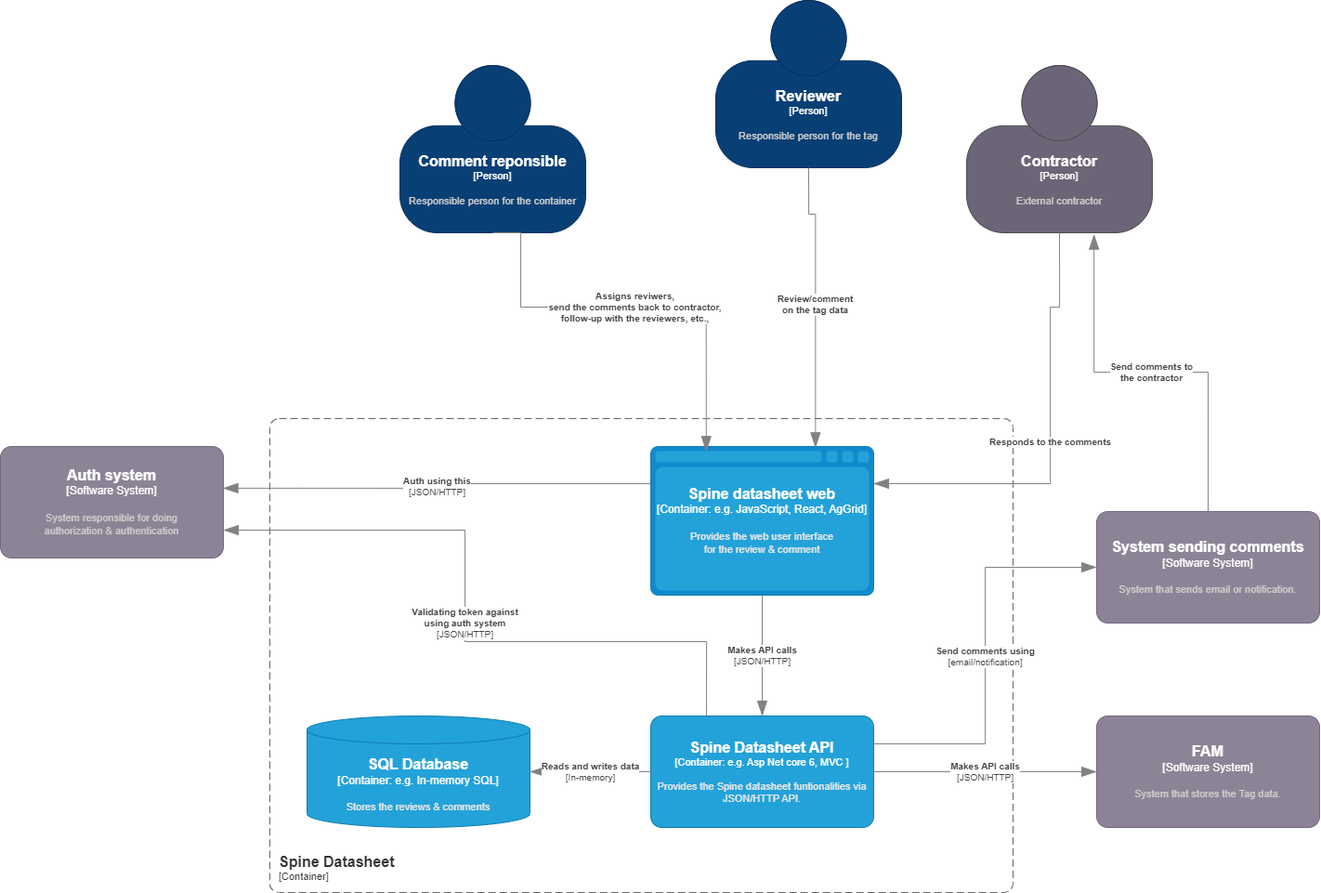
The draw.io diagram documentation/Container diagram.drawio.png in equinor/spinedatasheetapi, before a commit. Source tidied: cells renumbered, new cells last; positions are measured from the earlier drawing's top-left corner, leaving out a move shared by most shapes.
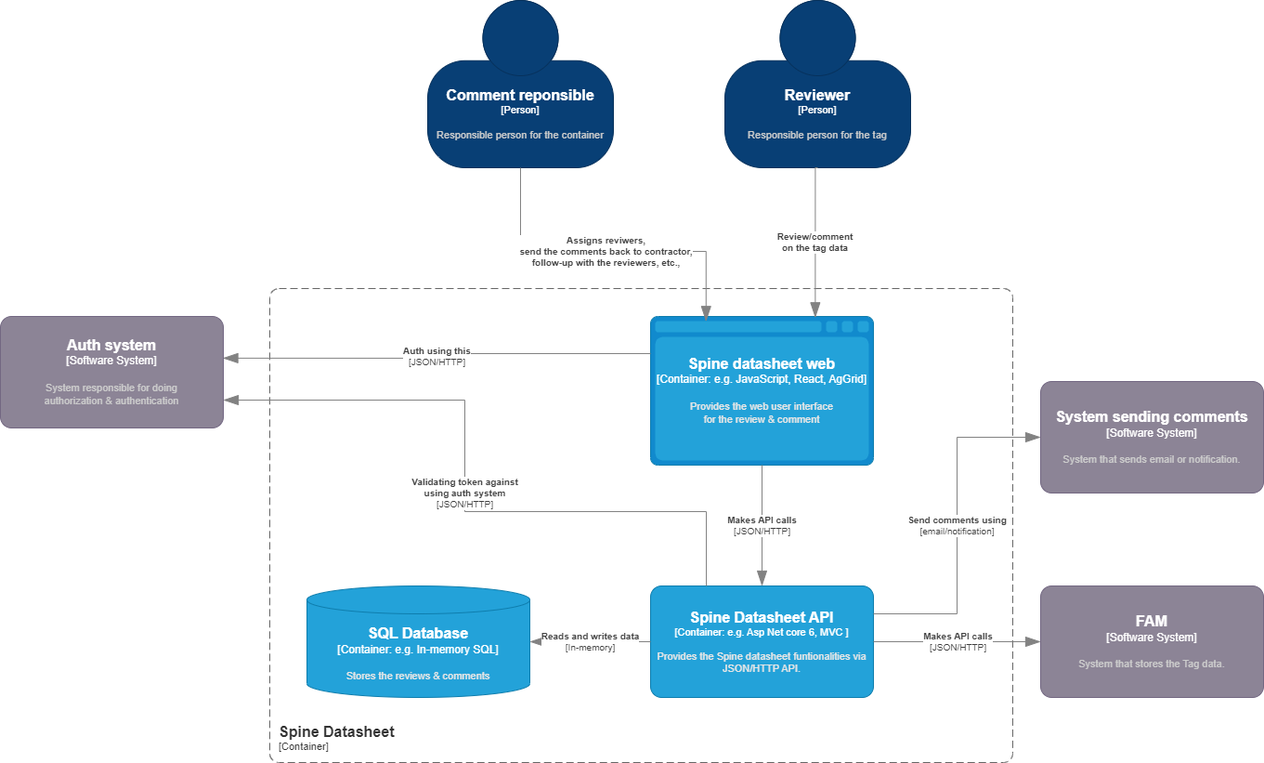
The same file after the commit.

What changed in the source:
```diff
@@ -32,88 +32,68 @@
         <mxGeometry relative="1" as="geometry" />
       </mxCell>
     </object>
-    <object id="8" label="&lt;font style=&quot;font-size: 16px&quot;&gt;&lt;b&gt;%c4Name%&lt;/b&gt;&lt;/font&gt;&lt;div&gt;[%c4Type%]&lt;/div&gt;&lt;br&gt;&lt;div&gt;&lt;font style=&quot;font-size: 11px&quot;&gt;&lt;font color=&quot;#cccccc&quot;&gt;%c4Description%&lt;/font&gt;&lt;/div&gt;" c4Description="System that stores the Tag data." c4Name="FAM" c4Type="Software System" placeholders="1">
-      <mxCell style="rounded=1;whiteSpace=wrap;html=1;labelBackgroundColor=none;fillColor=#8C8496;fontColor=#ffffff;align=center;arcSize=10;strokeColor=#736782;points=[[0.25,0,0],[0.5,0,0],[0.75,0,0],[1,0.25,0],[1,0.5,0],[1,0.75,0],[0.75,1,0],[0.5,1,0],[0.25,1,0],[0,0.75,0],[0,0.5,0],[0,0.25,0]];" parent="1" vertex="1">
-        <mxGeometry x="1180" y="770" width="240" height="120" as="geometry" />
-      </mxCell>
-    </object>
+    <object id="22" label="&lt;font style=&quot;font-size: 16px&quot;&gt;&lt;b&gt;%c4Name%&lt;/b&gt;&lt;/font&gt;&lt;div&gt;[%c4Type%]&lt;/div&gt;&lt;br&gt;&lt;div&gt;&lt;font style=&quot;font-size: 11px&quot;&gt;&lt;font color=&quot;#cccccc&quot;&gt;%c4Description%&lt;/font&gt;&lt;/div&gt;" c4Description="System that stores the Tag data." c4Name="FAM" c4Type="Software System" placeholders="1">
+      <mxCell style="rounded=1;whiteSpace=wrap;html=1;labelBackgroundColor=none;fillColor=#8C8496;fontColor=#ffffff;align=center;arcSize=10;strokeColor=#736782;points=[[0.25,0,0],[0.5,0,0],[0.75,0,0],[1,0.25,0],[1,0.5,0],[1,0.75,0],[0.75,1,0],[0.5,1,0],[0.25,1,0],[0,0.75,0],[0,0.5,0],[0,0.25,0]];" parent="1" vertex="1">
+        <mxGeometry x="1120" y="770" width="240" height="120" as="geometry" />
+      </mxCell>
+    </object>
     <object id="9" label="&lt;div style=&quot;text-align: left&quot;&gt;&lt;div style=&quot;text-align: center&quot;&gt;&lt;b&gt;%c4Description%&lt;/b&gt;&lt;/div&gt;&lt;div style=&quot;text-align: center&quot;&gt;[%c4Technology%]&lt;/div&gt;&lt;/div&gt;" c4Description="Makes API calls" c4Technology="JSON/HTTP" c4Type="Relationship" placeholders="1">
-      <mxCell style="endArrow=blockThin;html=1;fontSize=10;fontColor=#404040;strokeWidth=1;endFill=1;strokeColor=#828282;elbow=vertical;endSize=14;startSize=14;jumpStyle=arc;jumpSize=16;rounded=0;edgeStyle=orthogonalEdgeStyle;exitX=1;exitY=0.5;exitDx=0;exitDy=0;exitPerimeter=0;" parent="1" edge="1" source="4" target="8">
+      <mxCell style="endArrow=blockThin;html=1;fontSize=10;fontColor=#404040;strokeWidth=1;endFill=1;strokeColor=#828282;elbow=vertical;endSize=14;startSize=14;jumpStyle=arc;jumpSize=16;rounded=0;edgeStyle=orthogonalEdgeStyle;exitX=1;exitY=0.5;exitDx=0;exitDy=0;exitPerimeter=0;" parent="1" edge="1" source="4" target="22">
         <mxGeometry relative="1" as="geometry" />
       </mxCell>
     </object>
-    <object id="10" label="&lt;font style=&quot;font-size: 16px&quot;&gt;&lt;b&gt;%c4Name%&lt;/b&gt;&lt;/font&gt;&lt;div&gt;[%c4Type%]&lt;/div&gt;&lt;br&gt;&lt;div&gt;&lt;font style=&quot;font-size: 11px&quot;&gt;&lt;font color=&quot;#cccccc&quot;&gt;%c4Description%&lt;/font&gt;&lt;/div&gt;" c4Description="System that sends email or notification." c4Name="System sending comments" c4Type="Software System" placeholders="1">
-      <mxCell style="rounded=1;whiteSpace=wrap;html=1;labelBackgroundColor=none;fillColor=#8C8496;fontColor=#ffffff;align=center;arcSize=10;strokeColor=#736782;points=[[0.25,0,0],[0.5,0,0],[0.75,0,0],[1,0.25,0],[1,0.5,0],[1,0.75,0],[0.75,1,0],[0.5,1,0],[0.25,1,0],[0,0.75,0],[0,0.5,0],[0,0.25,0]];" parent="1" vertex="1">
-        <mxGeometry x="1180" y="550" width="240" height="120" as="geometry" />
-      </mxCell>
-    </object>
+    <object id="23" label="&lt;font style=&quot;font-size: 16px&quot;&gt;&lt;b&gt;%c4Name%&lt;/b&gt;&lt;/font&gt;&lt;div&gt;[%c4Type%]&lt;/div&gt;&lt;br&gt;&lt;div&gt;&lt;font style=&quot;font-size: 11px&quot;&gt;&lt;font color=&quot;#cccccc&quot;&gt;%c4Description%&lt;/font&gt;&lt;/div&gt;" c4Description="System that sends email or notification." c4Name="System sending comments" c4Type="Software System" placeholders="1">
+      <mxCell style="rounded=1;whiteSpace=wrap;html=1;labelBackgroundColor=none;fillColor=#8C8496;fontColor=#ffffff;align=center;arcSize=10;strokeColor=#736782;points=[[0.25,0,0],[0.5,0,0],[0.75,0,0],[1,0.25,0],[1,0.5,0],[1,0.75,0],[0.75,1,0],[0.5,1,0],[0.25,1,0],[0,0.75,0],[0,0.5,0],[0,0.25,0]];" parent="1" vertex="1">
+        <mxGeometry x="1120" y="550" width="240" height="120" as="geometry" />
+      </mxCell>
+    </object>
     <object id="11" label="&lt;div style=&quot;text-align: left&quot;&gt;&lt;div style=&quot;text-align: center&quot;&gt;&lt;b&gt;%c4Description%&lt;/b&gt;&lt;/div&gt;&lt;div style=&quot;text-align: center&quot;&gt;[%c4Technology%]&lt;/div&gt;&lt;/div&gt;" c4Description="Send comments using" c4Technology="email/notification" c4Type="Relationship" placeholders="1">
-      <mxCell style="endArrow=blockThin;html=1;fontSize=10;fontColor=#404040;strokeWidth=1;endFill=1;strokeColor=#828282;elbow=vertical;endSize=14;startSize=14;jumpStyle=arc;jumpSize=16;rounded=0;edgeStyle=orthogonalEdgeStyle;exitX=1;exitY=0.25;exitDx=0;exitDy=0;exitPerimeter=0;entryX=0;entryY=0.5;entryDx=0;entryDy=0;entryPerimeter=0;" parent="1" edge="1" source="4" target="10">
+      <mxCell style="endArrow=blockThin;html=1;fontSize=10;fontColor=#404040;strokeWidth=1;endFill=1;strokeColor=#828282;elbow=vertical;endSize=14;startSize=14;jumpStyle=arc;jumpSize=16;rounded=0;edgeStyle=orthogonalEdgeStyle;exitX=1;exitY=0.25;exitDx=0;exitDy=0;exitPerimeter=0;entryX=0;entryY=0.5;entryDx=0;entryDy=0;entryPerimeter=0;" parent="1" edge="1" source="4" target="23">
         <mxGeometry relative="1" as="geometry" />
       </mxCell>
     </object>
-    <object id="12" label="&lt;font style=&quot;font-size: 16px&quot;&gt;&lt;b&gt;%c4Name%&lt;/b&gt;&lt;/font&gt;&lt;div&gt;[%c4Type%]&lt;/div&gt;&lt;br&gt;&lt;div&gt;&lt;font style=&quot;font-size: 11px&quot;&gt;&lt;font color=&quot;#cccccc&quot;&gt;%c4Description%&lt;/font&gt;&lt;/div&gt;" c4Description="Responsible person for the container" c4Name="Comment reponsible" c4Type="Person" placeholders="1">
-      <mxCell style="html=1;fontSize=11;dashed=0;whiteSpace=wrap;fillColor=#083F75;strokeColor=#06315C;fontColor=#ffffff;shape=mxgraph.c4.person2;align=center;points=[[0.5,0,0],[1,0.5,0],[1,0.75,0],[0.75,1,0],[0.5,1,0],[0.25,1,0],[0,0.75,0],[0,0.5,0]];" parent="1" vertex="1">
-        <mxGeometry x="430" y="70" width="200" height="180" as="geometry" />
-      </mxCell>
-    </object>
-    <object id="13" label="&lt;font style=&quot;font-size: 16px&quot;&gt;&lt;b&gt;%c4Name%&lt;/b&gt;&lt;/font&gt;&lt;div&gt;[%c4Type%]&lt;/div&gt;&lt;br&gt;&lt;div&gt;&lt;font style=&quot;font-size: 11px&quot;&gt;&lt;font color=&quot;#cccccc&quot;&gt;%c4Description%&lt;/font&gt;&lt;/div&gt;" c4Description="External contractor" c4Name="Contractor" c4Type="Person" placeholders="1">
-      <mxCell style="html=1;fontSize=11;dashed=0;whiteSpace=wrap;fillColor=#6C6477;strokeColor=#4D4D4D;fontColor=#ffffff;shape=mxgraph.c4.person2;align=center;points=[[0.5,0,0],[1,0.5,0],[1,0.75,0],[0.75,1,0],[0.5,1,0],[0.25,1,0],[0,0.75,0],[0,0.5,0]];" parent="1" vertex="1">
-        <mxGeometry x="1040" y="70" width="200" height="180" as="geometry" />
-      </mxCell>
-    </object>
+    <object id="24" label="&lt;font style=&quot;font-size: 16px&quot;&gt;&lt;b&gt;%c4Name%&lt;/b&gt;&lt;/font&gt;&lt;div&gt;[%c4Type%]&lt;/div&gt;&lt;br&gt;&lt;div&gt;&lt;font style=&quot;font-size: 11px&quot;&gt;&lt;font color=&quot;#cccccc&quot;&gt;%c4Description%&lt;/font&gt;&lt;/div&gt;" c4Description="Responsible person for the container" c4Name="Comment reponsible" c4Type="Person" placeholders="1">
+      <mxCell style="html=1;fontSize=11;dashed=0;whiteSpace=wrap;fillColor=#083F75;strokeColor=#06315C;fontColor=#ffffff;shape=mxgraph.c4.person2;align=center;points=[[0.5,0,0],[1,0.5,0],[1,0.75,0],[0.75,1,0],[0.5,1,0],[0.25,1,0],[0,0.75,0],[0,0.5,0]];" parent="1" vertex="1">
+        <mxGeometry x="460" y="140" width="200" height="180" as="geometry" />
+      </mxCell>
+    </object>
     <object id="14" label="&lt;div style=&quot;text-align: left&quot;&gt;&lt;div style=&quot;text-align: center&quot;&gt;&lt;b&gt;%c4Description%&lt;/b&gt;&lt;/div&gt;" c4Description="Assigns reviwers,&#10;send the comments back to contractor,&#10;follow-up with the reviewers, etc.," c4Type="Relationship" placeholders="1">
-      <mxCell style="endArrow=blockThin;html=1;fontSize=10;fontColor=#404040;strokeWidth=1;endFill=1;strokeColor=#828282;elbow=vertical;endSize=14;startSize=14;jumpStyle=arc;jumpSize=16;rounded=0;edgeStyle=orthogonalEdgeStyle;exitX=0.5;exitY=1;exitDx=0;exitDy=0;exitPerimeter=0;entryX=0.249;entryY=0.033;entryDx=0;entryDy=0;entryPerimeter=0;" parent="1" edge="1" source="12" target="3">
+      <mxCell style="endArrow=blockThin;html=1;fontSize=10;fontColor=#404040;strokeWidth=1;endFill=1;strokeColor=#828282;elbow=vertical;endSize=14;startSize=14;jumpStyle=arc;jumpSize=16;rounded=0;edgeStyle=orthogonalEdgeStyle;exitX=0.5;exitY=1;exitDx=0;exitDy=0;exitPerimeter=0;entryX=0.249;entryY=0.033;entryDx=0;entryDy=0;entryPerimeter=0;" parent="1" edge="1" source="24" target="3">
         <mxGeometry relative="1" as="geometry">
           <Array as="points">
-            <mxPoint x="560" y="330" />
-            <mxPoint x="760" y="330" />
+            <mxPoint x="560" y="410" />
+            <mxPoint x="760" y="410" />
           </Array>
         </mxGeometry>
       </mxCell>
     </object>
-    <object id="15" label="&lt;div style=&quot;text-align: left&quot;&gt;&lt;div style=&quot;text-align: center&quot;&gt;&lt;b&gt;%c4Description%&lt;/b&gt;&lt;/div&gt;" c4Description="Responds to the comments" c4Type="Relationship" placeholders="1">
-      <mxCell style="endArrow=blockThin;html=1;fontSize=10;fontColor=#404040;strokeWidth=1;endFill=1;strokeColor=#828282;elbow=vertical;endSize=14;startSize=14;jumpStyle=arc;jumpSize=16;rounded=0;edgeStyle=orthogonalEdgeStyle;exitX=0.5;exitY=1;exitDx=0;exitDy=0;exitPerimeter=0;entryX=1;entryY=0.25;entryDx=0;entryDy=0;entryPerimeter=0;" parent="1" edge="1" source="13" target="3">
-        <mxGeometry relative="1" as="geometry">
-          <Array as="points">
-            <mxPoint x="1140" y="330" />
-            <mxPoint x="1130" y="330" />
-            <mxPoint x="1130" y="520" />
-          </Array>
-        </mxGeometry>
-      </mxCell>
-    </object>
-    <object id="16" label="&lt;div style=&quot;text-align: left&quot;&gt;&lt;div style=&quot;text-align: center&quot;&gt;&lt;b&gt;%c4Description%&lt;/b&gt;&lt;/div&gt;" c4Description="Send comments to &#10;the contractor" c4Type="Relationship" placeholders="1">
-      <mxCell style="endArrow=blockThin;html=1;fontSize=10;fontColor=#404040;strokeWidth=1;endFill=1;strokeColor=#828282;elbow=vertical;endSize=14;startSize=14;jumpStyle=arc;jumpSize=16;rounded=0;edgeStyle=orthogonalEdgeStyle;exitX=0.5;exitY=0;exitDx=0;exitDy=0;exitPerimeter=0;entryX=0.686;entryY=1.009;entryDx=0;entryDy=0;entryPerimeter=0;" parent="1" edge="1" source="10" target="13">
-        <mxGeometry relative="1" as="geometry" />
-      </mxCell>
-    </object>
-    <object id="17" label="&lt;font style=&quot;font-size: 16px&quot;&gt;&lt;b&gt;%c4Name%&lt;/b&gt;&lt;/font&gt;&lt;div&gt;[%c4Type%]&lt;/div&gt;&lt;br&gt;&lt;div&gt;&lt;font style=&quot;font-size: 11px&quot;&gt;&lt;font color=&quot;#cccccc&quot;&gt;%c4Description%&lt;/font&gt;&lt;/div&gt;" c4Description="Responsible person for the tag" c4Name="Reviewer" c4Type="Person" placeholders="1">
-      <mxCell style="html=1;fontSize=11;dashed=0;whiteSpace=wrap;fillColor=#083F75;strokeColor=#06315C;fontColor=#ffffff;shape=mxgraph.c4.person2;align=center;points=[[0.5,0,0],[1,0.5,0],[1,0.75,0],[0.75,1,0],[0.5,1,0],[0.25,1,0],[0,0.75,0],[0,0.5,0]];" parent="1" vertex="1">
-        <mxGeometry x="770" width="200" height="180" as="geometry" />
-      </mxCell>
-    </object>
+    <object id="25" label="&lt;font style=&quot;font-size: 16px&quot;&gt;&lt;b&gt;%c4Name%&lt;/b&gt;&lt;/font&gt;&lt;div&gt;[%c4Type%]&lt;/div&gt;&lt;br&gt;&lt;div&gt;&lt;font style=&quot;font-size: 11px&quot;&gt;&lt;font color=&quot;#cccccc&quot;&gt;%c4Description%&lt;/font&gt;&lt;/div&gt;" c4Description="Responsible person for the tag" c4Name="Reviewer" c4Type="Person" placeholders="1">
+      <mxCell style="html=1;fontSize=11;dashed=0;whiteSpace=wrap;fillColor=#083F75;strokeColor=#06315C;fontColor=#ffffff;shape=mxgraph.c4.person2;align=center;points=[[0.5,0,0],[1,0.5,0],[1,0.75,0],[0.75,1,0],[0.5,1,0],[0.25,1,0],[0,0.75,0],[0,0.5,0]];" parent="1" vertex="1">
+        <mxGeometry x="780" y="140" width="200" height="180" as="geometry" />
+      </mxCell>
+    </object>
     <object id="18" label="&lt;div style=&quot;text-align: left&quot;&gt;&lt;div style=&quot;text-align: center&quot;&gt;&lt;b&gt;%c4Description%&lt;/b&gt;&lt;/div&gt;" c4Description="Review/comment &#10;on the tag data" c4Type="Relationship" placeholders="1">
-      <mxCell style="endArrow=blockThin;html=1;fontSize=10;fontColor=#404040;strokeWidth=1;endFill=1;strokeColor=#828282;elbow=vertical;endSize=14;startSize=14;jumpStyle=arc;jumpSize=16;rounded=0;edgeStyle=orthogonalEdgeStyle;exitX=0.5;exitY=1;exitDx=0;exitDy=0;exitPerimeter=0;entryX=0.739;entryY=0.008;entryDx=0;entryDy=0;entryPerimeter=0;" parent="1" edge="1" source="17" target="3">
+      <mxCell style="endArrow=blockThin;html=1;fontSize=10;fontColor=#404040;strokeWidth=1;endFill=1;strokeColor=#828282;elbow=vertical;endSize=14;startSize=14;jumpStyle=arc;jumpSize=16;rounded=0;edgeStyle=orthogonalEdgeStyle;exitX=0.5;exitY=1;exitDx=0;exitDy=0;exitPerimeter=0;entryX=0.739;entryY=0.008;entryDx=0;entryDy=0;entryPerimeter=0;" parent="1" edge="1" source="25" target="3">
         <mxGeometry relative="1" as="geometry">
           <Array as="points">
-            <mxPoint x="877" y="230" />
+            <mxPoint x="880" y="320" />
+            <mxPoint x="877" y="320" />
           </Array>
         </mxGeometry>
       </mxCell>
     </object>
-    <object id="19" label="&lt;font style=&quot;font-size: 16px&quot;&gt;&lt;b&gt;%c4Name%&lt;/b&gt;&lt;/font&gt;&lt;div&gt;[%c4Type%]&lt;/div&gt;&lt;br&gt;&lt;div&gt;&lt;font style=&quot;font-size: 11px&quot;&gt;&lt;font color=&quot;#cccccc&quot;&gt;%c4Description%&lt;/font&gt;&lt;/div&gt;" c4Description="System responsible for doing&#10;authorization &amp; authentication" c4Name="Auth system" c4Type="Software System" placeholders="1">
-      <mxCell style="rounded=1;whiteSpace=wrap;html=1;labelBackgroundColor=none;fillColor=#8C8496;fontColor=#ffffff;align=center;arcSize=10;strokeColor=#736782;points=[[0.25,0,0],[0.5,0,0],[0.75,0,0],[1,0.25,0],[1,0.5,0],[1,0.75,0],[0.75,1,0],[0.5,1,0],[0.25,1,0],[0,0.75,0],[0,0.5,0],[0,0.25,0]];" parent="1" vertex="1">
-        <mxGeometry y="480" width="240" height="120" as="geometry" />
-      </mxCell>
-    </object>
+    <object id="26" label="&lt;font style=&quot;font-size: 16px&quot;&gt;&lt;b&gt;%c4Name%&lt;/b&gt;&lt;/font&gt;&lt;div&gt;[%c4Type%]&lt;/div&gt;&lt;br&gt;&lt;div&gt;&lt;font style=&quot;font-size: 11px&quot;&gt;&lt;font color=&quot;#cccccc&quot;&gt;%c4Description%&lt;/font&gt;&lt;/div&gt;" c4Description="System responsible for doing&#10;authorization &amp; authentication" c4Name="Auth system" c4Type="Software System" placeholders="1">
+      <mxCell style="rounded=1;whiteSpace=wrap;html=1;labelBackgroundColor=none;fillColor=#8C8496;fontColor=#ffffff;align=center;arcSize=10;strokeColor=#736782;points=[[0.25,0,0],[0.5,0,0],[0.75,0,0],[1,0.25,0],[1,0.5,0],[1,0.75,0],[0.75,1,0],[0.5,1,0],[0.25,1,0],[0,0.75,0],[0,0.5,0],[0,0.25,0]];" parent="1" vertex="1">
+        <mxGeometry y="480" width="240" height="120" as="geometry" />
+      </mxCell>
+    </object>
     <object id="20" label="&lt;div style=&quot;text-align: left&quot;&gt;&lt;div style=&quot;text-align: center&quot;&gt;&lt;b&gt;%c4Description%&lt;/b&gt;&lt;/div&gt;&lt;div style=&quot;text-align: center&quot;&gt;[%c4Technology%]&lt;/div&gt;&lt;/div&gt;" c4Description="Auth using this" c4Technology="JSON/HTTP" c4Type="Relationship" placeholders="1">
-      <mxCell style="endArrow=blockThin;html=1;fontSize=10;fontColor=#404040;strokeWidth=1;endFill=1;strokeColor=#828282;elbow=vertical;endSize=14;startSize=14;jumpStyle=arc;jumpSize=16;rounded=0;edgeStyle=orthogonalEdgeStyle;entryX=0.998;entryY=0.374;entryDx=0;entryDy=0;entryPerimeter=0;exitX=0;exitY=0.25;exitDx=0;exitDy=0;exitPerimeter=0;" parent="1" edge="1" source="3" target="19">
+      <mxCell style="endArrow=blockThin;html=1;fontSize=10;fontColor=#404040;strokeWidth=1;endFill=1;strokeColor=#828282;elbow=vertical;endSize=14;startSize=14;jumpStyle=arc;jumpSize=16;rounded=0;edgeStyle=orthogonalEdgeStyle;entryX=0.998;entryY=0.374;entryDx=0;entryDy=0;entryPerimeter=0;exitX=0;exitY=0.25;exitDx=0;exitDy=0;exitPerimeter=0;" parent="1" edge="1" source="3" target="26">
         <mxGeometry relative="1" as="geometry" />
       </mxCell>
     </object>
     <object id="21" label="&lt;div style=&quot;text-align: left&quot;&gt;&lt;div style=&quot;text-align: center&quot;&gt;&lt;b&gt;%c4Description%&lt;/b&gt;&lt;/div&gt;&lt;div style=&quot;text-align: center&quot;&gt;[%c4Technology%]&lt;/div&gt;&lt;/div&gt;" c4Description="Validating token against&#10;using auth system" c4Technology="JSON/HTTP" c4Type="Relationship" placeholders="1">
-      <mxCell style="endArrow=blockThin;html=1;fontSize=10;fontColor=#404040;strokeWidth=1;endFill=1;strokeColor=#828282;elbow=vertical;endSize=14;startSize=14;jumpStyle=arc;jumpSize=16;rounded=0;edgeStyle=orthogonalEdgeStyle;entryX=1;entryY=0.75;entryDx=0;entryDy=0;entryPerimeter=0;exitX=0.25;exitY=0;exitDx=0;exitDy=0;exitPerimeter=0;" parent="1" edge="1" source="4" target="19">
+      <mxCell style="endArrow=blockThin;html=1;fontSize=10;fontColor=#404040;strokeWidth=1;endFill=1;strokeColor=#828282;elbow=vertical;endSize=14;startSize=14;jumpStyle=arc;jumpSize=16;rounded=0;edgeStyle=orthogonalEdgeStyle;entryX=1;entryY=0.75;entryDx=0;entryDy=0;entryPerimeter=0;exitX=0.25;exitY=0;exitDx=0;exitDy=0;exitPerimeter=0;" parent="1" edge="1" source="4" target="26">
         <mxGeometry relative="1" as="geometry">
           <Array as="points">
             <mxPoint x="760" y="690" />
```
